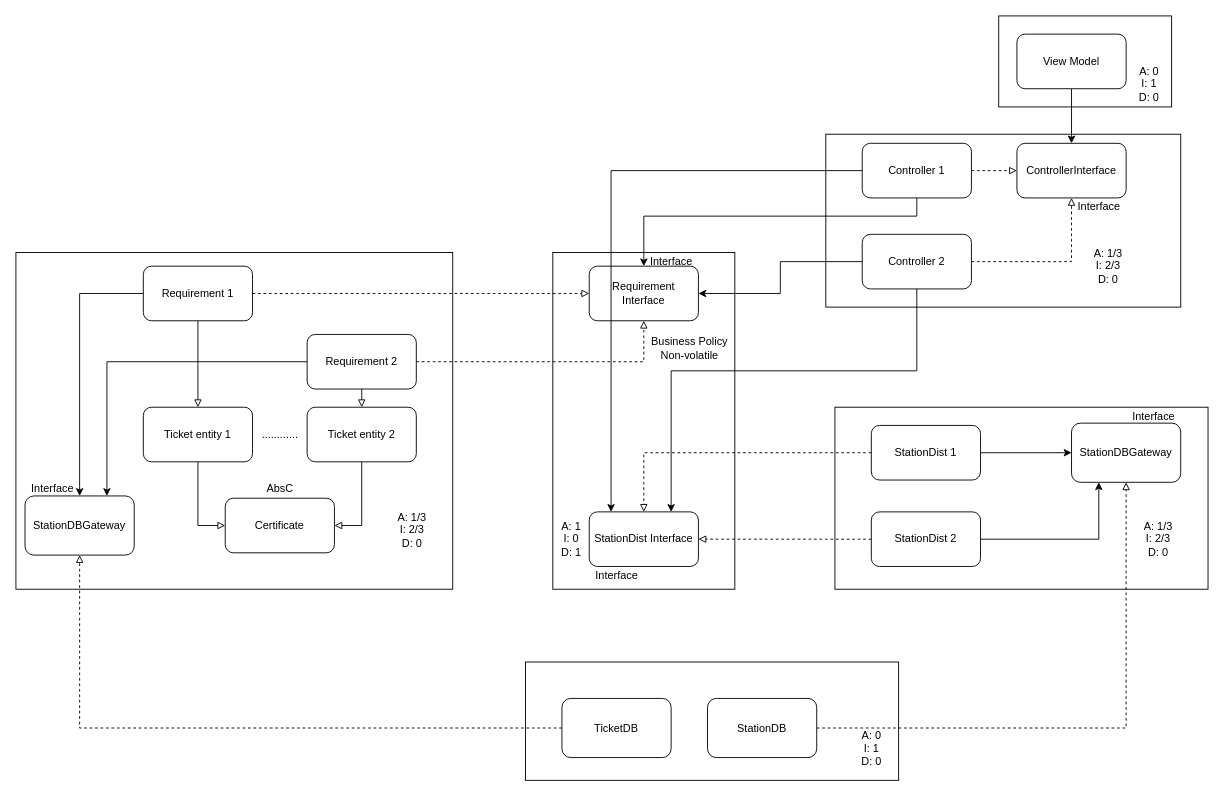
This is AFC.drawio from piapip/clean-architecture, a draw.io file, before an edit. Source tidied: cells renumbered, new cells numbered last; positions are measured from the earlier drawing's top-left corner, leaving out a move shared by most shapes. Both pictures are drawn from the tidied source at 91%, with x=0, y=0 at pixel (15, 15).
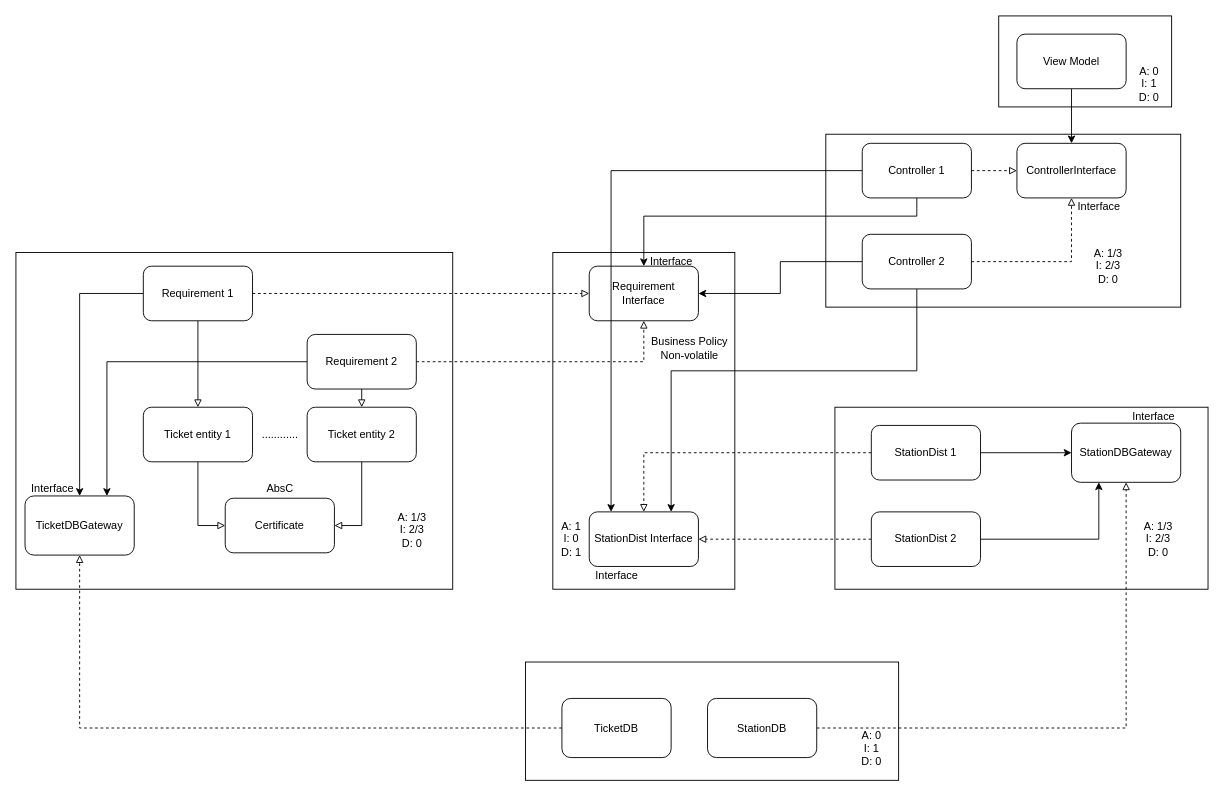
Above is the later version.

Commit message (it also covers changes not shown here):
Setting up interfaces and update the diagram

What changed in the source:
```diff
@@
-    <mxCell id="42" value="StationDBGateway" style="rounded=1;whiteSpace=wrap;html=1;" parent="1" vertex="1">
+    <mxCell id="42" value="TicketDBGateway" style="rounded=1;whiteSpace=wrap;html=1;" parent="1" vertex="1">
       <mxGeometry x="10" y="527.5" width="120" height="65" as="geometry" />
     </mxCell>
```
